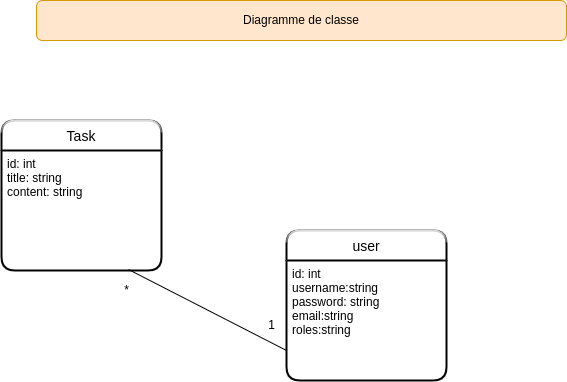
Before: Diagrammes/Diagramme de classe.png, a diagram exported from draw.io (Elhadj75BAH/ToDoEtCo). Source tidied: cells renumbered, new cells last; positions are measured from the earlier drawing's top-left corner, leaving out a move shared by most shapes.
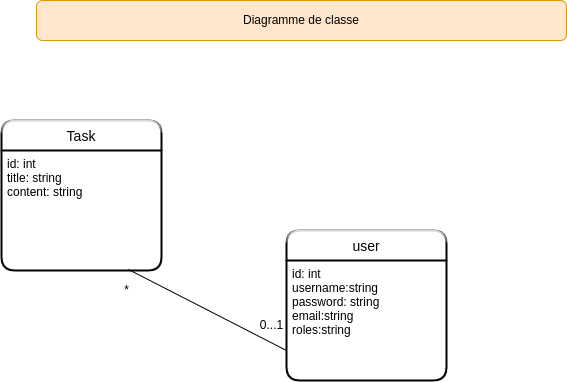
The same file after the commit.

The edit, as a diff of the source:
```diff
@@ -20,8 +20,8 @@
     <mxCell id="7" style="endArrow=none;html=1;rounded=0;entryX=0.794;entryY=0.992;entryDx=0;entryDy=0;entryPerimeter=0;exitX=0;exitY=0.75;exitDx=0;exitDy=0;" parent="1" edge="1" source="5" target="3">
       <mxGeometry relative="1" as="geometry" />
     </mxCell>
-    <mxCell id="8" value="1" style="text;html=1;align=center;verticalAlign=middle;strokeColor=none;fillColor=none;" parent="1" vertex="1">
-      <mxGeometry x="255" y="310" width="30" height="30" as="geometry" />
+    <mxCell id="8" value="0...1" style="text;html=1;align=center;verticalAlign=middle;strokeColor=none;fillColor=none;" parent="1" vertex="1">
+      <mxGeometry x="245" y="310" width="50" height="30" as="geometry" />
     </mxCell>
     <mxCell id="9" value="*" style="text;html=1;align=center;verticalAlign=middle;strokeColor=none;fillColor=none;" parent="1" vertex="1">
       <mxGeometry x="115" y="280" width="20" height="20" as="geometry" />
```
